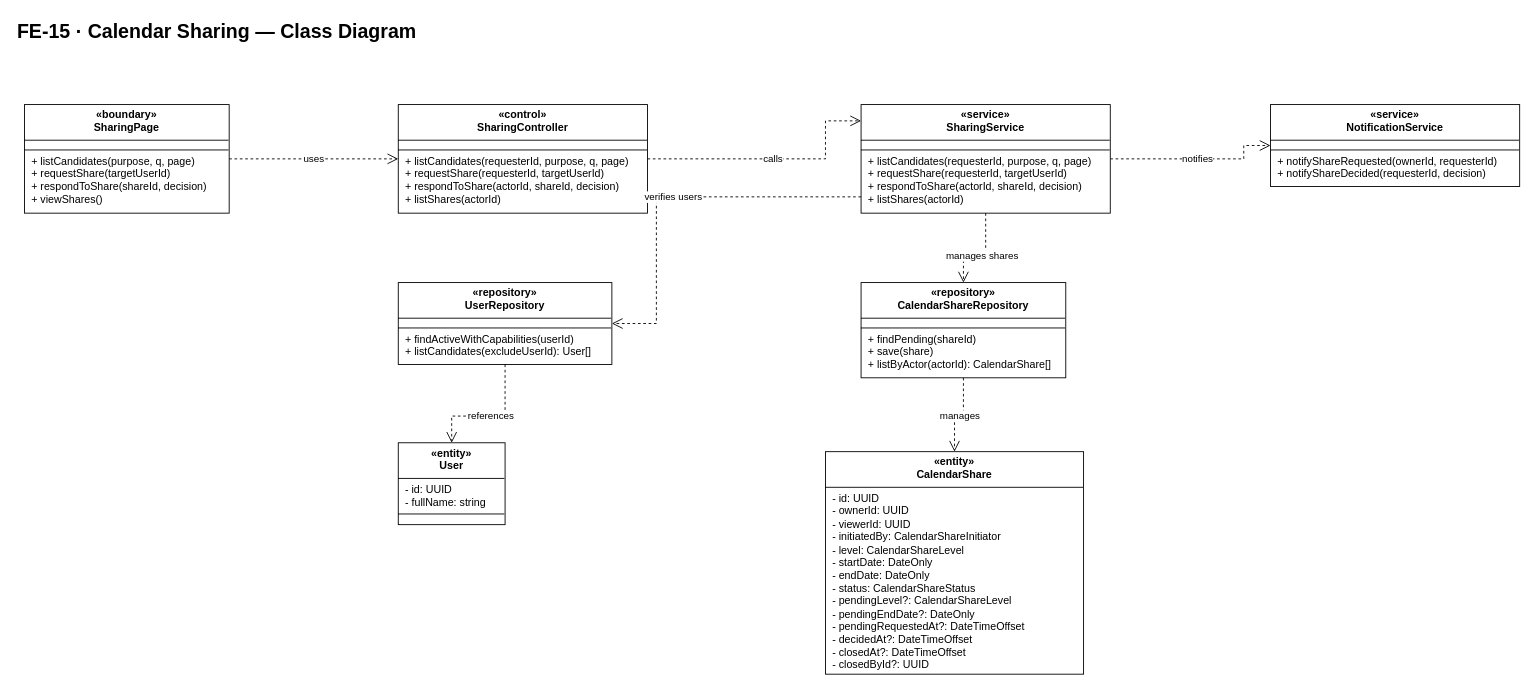
Before: docs/07-classdiagram/feature-15-calendar-sharing-class-diagram.drawio in callmehai/FU-FA26-G116, a draw.io diagram. Source tidied: cells renumbered, new cells numbered last; positions are measured from the earlier drawing's top-left corner, leaving out a move shared by most shapes. Both pictures are drawn from the tidied source at 89%, with x=0, y=0 at pixel (15, 15).
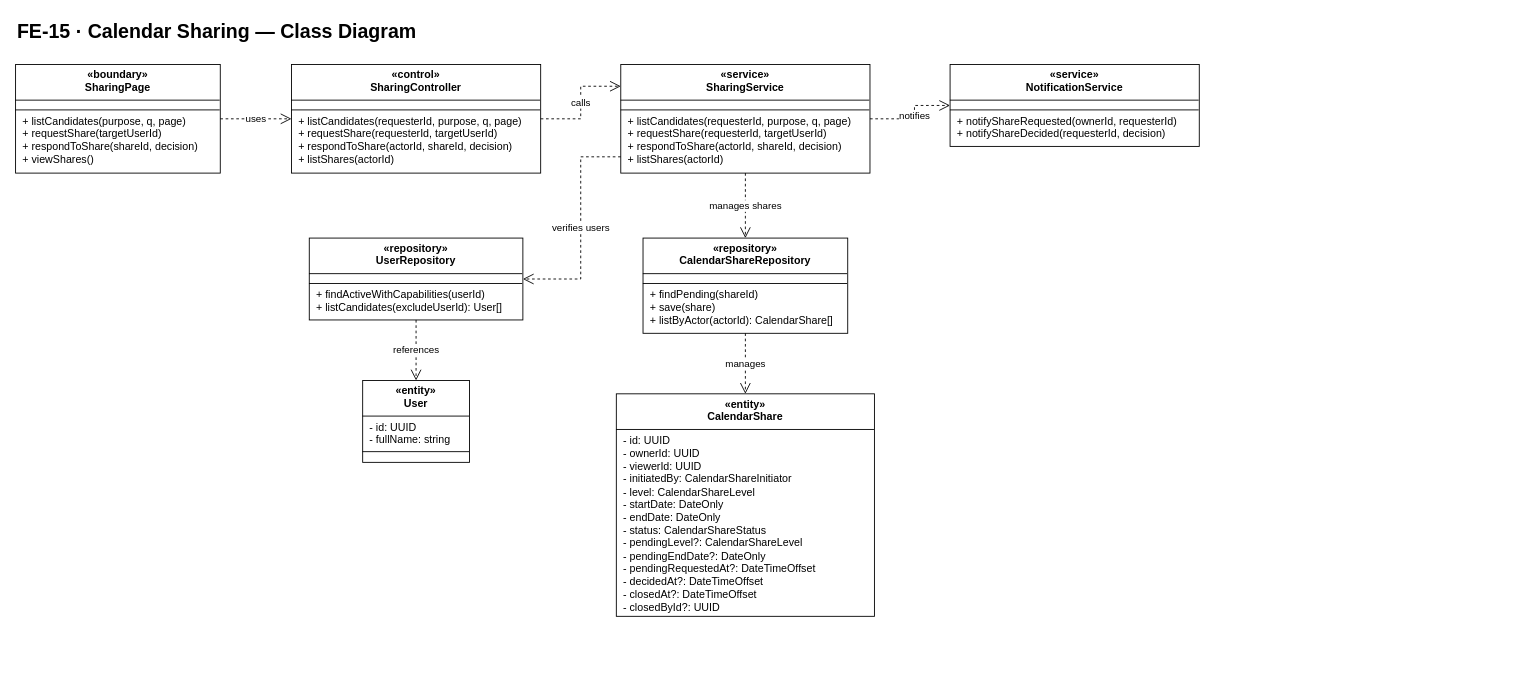
Above is the later version.

Diff of the diagram source:
```diff
@@
     <mxCell id="3" value="&lt;div style=&quot;text-align:center;font-weight:bold;padding:5px 4px 4px 4px;height:31px;&quot;&gt;«boundary»&lt;br&gt;SharingPage&lt;/div&gt;&lt;hr style=&quot;margin:0;border:none;border-top:1px solid #000000;height:0;&quot;&gt;&lt;div style=&quot;text-align:left;padding:5px 8px 5px 8px;white-space:nowrap;&quot;&gt;&lt;/div&gt;&lt;hr style=&quot;margin:0;border:none;border-top:1px solid #000000;height:0;&quot;&gt;&lt;div style=&quot;text-align:left;padding:5px 8px 5px 8px;white-space:nowrap;&quot;&gt;+ listCandidates(purpose, q, page)&lt;br&gt;+ requestShare(targetUserId)&lt;br&gt;+ respondToShare(shareId, decision)&lt;br&gt;+ viewShares()&lt;/div&gt;" style="rounded=0;whiteSpace=wrap;html=1;align=left;verticalAlign=top;spacing=0;overflow=fill;fillColor=#ffffff;strokeColor=#000000;fontSize=12;fontFamily=Helvetica;fontColor=#000000;" parent="1" vertex="1">
-      <mxGeometry x="10" y="100" width="230" height="122" as="geometry" />
+      <mxGeometry y="55" width="230" height="122" as="geometry" />
     </mxCell>
     <mxCell id="4" value="&lt;div style=&quot;text-align:center;font-weight:bold;padding:5px 4px 4px 4px;height:31px;&quot;&gt;«control»&lt;br&gt;SharingController&lt;/div&gt;&lt;hr style=&quot;margin:0;border:none;border-top:1px solid #000000;height:0;&quot;&gt;&lt;div style=&quot;text-align:left;padding:5px 8px 5px 8px;white-space:nowrap;&quot;&gt;&lt;/div&gt;&lt;hr style=&quot;margin:0;border:none;border-top:1px solid #000000;height:0;&quot;&gt;&lt;div style=&quot;text-align:left;padding:5px 8px 5px 8px;white-space:nowrap;&quot;&gt;+ listCandidates(requesterId, purpose, q, page)&lt;br&gt;+ requestShare(requesterId, targetUserId)&lt;br&gt;+ respondToShare(actorId, shareId, decision)&lt;br&gt;+ listShares(actorId)&lt;/div&gt;" style="rounded=0;whiteSpace=wrap;html=1;align=left;verticalAlign=top;spacing=0;overflow=fill;fillColor=#ffffff;strokeColor=#000000;fontSize=12;fontFamily=Helvetica;fontColor=#000000;" parent="1" vertex="1">
-      <mxGeometry x="430" y="100" width="280" height="122" as="geometry" />
+      <mxGeometry x="310" y="55" width="280" height="122" as="geometry" />
     </mxCell>
     <mxCell id="5" value="&lt;div style=&quot;text-align:center;font-weight:bold;padding:5px 4px 4px 4px;height:31px;&quot;&gt;«service»&lt;br&gt;SharingService&lt;/div&gt;&lt;hr style=&quot;margin:0;border:none;border-top:1px solid #000000;height:0;&quot;&gt;&lt;div style=&quot;text-align:left;padding:5px 8px 5px 8px;white-space:nowrap;&quot;&gt;&lt;/div&gt;&lt;hr style=&quot;margin:0;border:none;border-top:1px solid #000000;height:0;&quot;&gt;&lt;div style=&quot;text-align:left;padding:5px 8px 5px 8px;white-space:nowrap;&quot;&gt;+ listCandidates(requesterId, purpose, q, page)&lt;br&gt;+ requestShare(requesterId, targetUserId)&lt;br&gt;+ respondToShare(actorId, shareId, decision)&lt;br&gt;+ listShares(actorId)&lt;/div&gt;" style="rounded=0;whiteSpace=wrap;html=1;align=left;verticalAlign=top;spacing=0;overflow=fill;fillColor=#ffffff;strokeColor=#000000;fontSize=12;fontFamily=Helvetica;fontColor=#000000;" parent="1" vertex="1">
-      <mxGeometry x="950" y="100" width="280" height="122" as="geometry" />
+      <mxGeometry x="680" y="55" width="280" height="122" as="geometry" />
     </mxCell>
     <mxCell id="6" value="&lt;div style=&quot;text-align:center;font-weight:bold;padding:5px 4px 4px 4px;height:31px;&quot;&gt;«repository»&lt;br&gt;UserRepository&lt;/div&gt;&lt;hr style=&quot;margin:0;border:none;border-top:1px solid #000000;height:0;&quot;&gt;&lt;div style=&quot;text-align:left;padding:5px 8px 5px 8px;white-space:nowrap;&quot;&gt;&lt;/div&gt;&lt;hr style=&quot;margin:0;border:none;border-top:1px solid #000000;height:0;&quot;&gt;&lt;div style=&quot;text-align:left;padding:5px 8px 5px 8px;white-space:nowrap;&quot;&gt;+ findActiveWithCapabilities(userId)&lt;br&gt;+ listCandidates(excludeUserId): User[]&lt;/div&gt;" style="rounded=0;whiteSpace=wrap;html=1;align=left;verticalAlign=top;spacing=0;overflow=fill;fillColor=#ffffff;strokeColor=#000000;fontSize=12;fontFamily=Helvetica;fontColor=#000000;" parent="1" vertex="1">
-      <mxGeometry x="430" y="300" width="240" height="92" as="geometry" />
+      <mxGeometry x="330" y="250" width="240" height="92" as="geometry" />
     </mxCell>
     <mxCell id="7" value="&lt;div style=&quot;text-align:center;font-weight:bold;padding:5px 4px 4px 4px;height:31px;&quot;&gt;«repository»&lt;br&gt;CalendarShareRepository&lt;/div&gt;&lt;hr style=&quot;margin:0;border:none;border-top:1px solid #000000;height:0;&quot;&gt;&lt;div style=&quot;text-align:left;padding:5px 8px 5px 8px;white-space:nowrap;&quot;&gt;&lt;/div&gt;&lt;hr style=&quot;margin:0;border:none;border-top:1px solid #000000;height:0;&quot;&gt;&lt;div style=&quot;text-align:left;padding:5px 8px 5px 8px;white-space:nowrap;&quot;&gt;+ findPending(shareId)&lt;br&gt;+ save(share)&lt;br&gt;+ listByActor(actorId): CalendarShare[]&lt;/div&gt;" style="rounded=0;whiteSpace=wrap;html=1;align=left;verticalAlign=top;spacing=0;overflow=fill;fillColor=#ffffff;strokeColor=#000000;fontSize=12;fontFamily=Helvetica;fontColor=#000000;" parent="1" vertex="1">
-      <mxGeometry x="950" y="300" width="230" height="107" as="geometry" />
+      <mxGeometry x="705" y="250" width="230" height="107" as="geometry" />
     </mxCell>
     <mxCell id="8" value="&lt;div style=&quot;text-align:center;font-weight:bold;padding:5px 4px 4px 4px;height:31px;&quot;&gt;«service»&lt;br&gt;NotificationService&lt;/div&gt;&lt;hr style=&quot;margin:0;border:none;border-top:1px solid #000000;height:0;&quot;&gt;&lt;div style=&quot;text-align:left;padding:5px 8px 5px 8px;white-space:nowrap;&quot;&gt;&lt;/div&gt;&lt;hr style=&quot;margin:0;border:none;border-top:1px solid #000000;height:0;&quot;&gt;&lt;div style=&quot;text-align:left;padding:5px 8px 5px 8px;white-space:nowrap;&quot;&gt;+ notifyShareRequested(ownerId, requesterId)&lt;br&gt;+ notifyShareDecided(requesterId, decision)&lt;/div&gt;" style="rounded=0;whiteSpace=wrap;html=1;align=left;verticalAlign=top;spacing=0;overflow=fill;fillColor=#ffffff;strokeColor=#000000;fontSize=12;fontFamily=Helvetica;fontColor=#000000;" parent="1" vertex="1">
-      <mxGeometry x="1410" y="100" width="280" height="92" as="geometry" />
+      <mxGeometry x="1050" y="55" width="280" height="92" as="geometry" />
     </mxCell>
     <mxCell id="9" value="&lt;div style=&quot;text-align:center;font-weight:bold;padding:5px 4px 4px 4px;height:31px;&quot;&gt;«entity»&lt;br&gt;CalendarShare&lt;/div&gt;&lt;hr style=&quot;margin:0;border:none;border-top:1px solid #000000;height:0;&quot;&gt;&lt;div style=&quot;text-align:left;padding:5px 8px 5px 8px;white-space:nowrap;&quot;&gt;- id: UUID&lt;br&gt;- ownerId: UUID&lt;br&gt;- viewerId: UUID&lt;br&gt;- initiatedBy: CalendarShareInitiator&lt;br&gt;- level: CalendarShareLevel&lt;br&gt;- startDate: DateOnly&lt;br&gt;- endDate: DateOnly&lt;br&gt;- status: CalendarShareStatus&lt;br&gt;- pendingLevel?: CalendarShareLevel&lt;br&gt;- pendingEndDate?: DateOnly&lt;br&gt;- pendingRequestedAt?: DateTimeOffset&lt;br&gt;- decidedAt?: DateTimeOffset&lt;br&gt;- closedAt?: DateTimeOffset&lt;br&gt;- closedById?: UUID&lt;/div&gt;&lt;hr style=&quot;margin:0;border:none;border-top:1px solid #000000;height:0;&quot;&gt;&lt;div style=&quot;text-align:left;padding:5px 8px 5px 8px;white-space:nowrap;&quot;&gt;&lt;/div&gt;" style="rounded=0;whiteSpace=wrap;html=1;align=left;verticalAlign=top;spacing=0;overflow=fill;fillColor=#ffffff;strokeColor=#000000;fontSize=12;fontFamily=Helvetica;fontColor=#000000;" parent="1" vertex="1">
-      <mxGeometry x="910" y="490" width="290" height="250" as="geometry" />
+      <mxGeometry x="675" y="425" width="290" height="250" as="geometry" />
     </mxCell>
     <mxCell id="10" value="&lt;div style=&quot;text-align:center;font-weight:bold;padding:5px 4px 4px 4px;height:31px;&quot;&gt;«entity»&lt;br&gt;User&lt;/div&gt;&lt;hr style=&quot;margin:0;border:none;border-top:1px solid #000000;height:0;&quot;&gt;&lt;div style=&quot;text-align:left;padding:5px 8px 5px 8px;white-space:nowrap;&quot;&gt;- id: UUID&lt;br&gt;- fullName: string&lt;/div&gt;&lt;hr style=&quot;margin:0;border:none;border-top:1px solid #000000;height:0;&quot;&gt;&lt;div style=&quot;text-align:left;padding:5px 8px 5px 8px;white-space:nowrap;&quot;&gt;&lt;/div&gt;" style="rounded=0;whiteSpace=wrap;html=1;align=left;verticalAlign=top;spacing=0;overflow=fill;fillColor=#ffffff;strokeColor=#000000;fontSize=12;fontFamily=Helvetica;fontColor=#000000;" parent="1" vertex="1">
-      <mxGeometry x="430" y="480" width="120" height="92" as="geometry" />
+      <mxGeometry x="390" y="410" width="120" height="92" as="geometry" />
     </mxCell>
-    <mxCell id="11" value="uses" style="edgeStyle=orthogonalEdgeStyle;jettySize=auto;html=1;dashed=1;endArrow=open;labelBackgroundColor=#ffffff;rounded=0;endSize=10;fontSize=11;fontFamily=Helvetica;exitX=1;exitY=0.5;exitDx=0;exitDy=0;entryX=0;entryY=0.5;entryDx=0;entryDy=0;" parent="1" edge="1" source="3" target="4">
+    <mxCell id="11" value="uses" style="edgeStyle=orthogonalEdgeStyle;jettySize=auto;html=1;dashed=1;endArrow=open;labelBackgroundColor=#ffffff;rounded=0;endSize=10;fontSize=11;fontFamily=Helvetica;exitDx=0;exitDy=0;entryDx=0;entryDy=0;exitX=1;exitY=0.5;entryX=0;entryY=0.5;" parent="1" edge="1" source="3" target="4">
       <mxGeometry relative="1" as="geometry" />
     </mxCell>
-    <mxCell id="12" value="calls" style="edgeStyle=orthogonalEdgeStyle;jettySize=auto;html=1;dashed=1;endArrow=open;labelBackgroundColor=#ffffff;rounded=0;endSize=10;fontSize=11;fontFamily=Helvetica;exitX=1;exitY=0.5;exitDx=0;exitDy=0;entryX=0;entryY=0.15;entryDx=0;entryDy=0;" parent="1" edge="1" source="4" target="5">
+    <mxCell id="12" value="calls" style="edgeStyle=orthogonalEdgeStyle;jettySize=auto;html=1;dashed=1;endArrow=open;labelBackgroundColor=#ffffff;rounded=0;endSize=10;fontSize=11;fontFamily=Helvetica;exitDx=0;exitDy=0;entryDx=0;entryDy=0;exitX=1;exitY=0.5;entryX=0;entryY=0.2;" parent="1" edge="1" source="4" target="5">
       <mxGeometry relative="1" as="geometry">
         <Array as="points">
-          <mxPoint x="910" y="161" />
-          <mxPoint x="910" y="118.3" />
+          <mxPoint x="635" y="116" />
+          <mxPoint x="635" y="79.4" />
         </Array>
       </mxGeometry>
     </mxCell>
-    <mxCell id="13" value="verifies users" style="edgeStyle=orthogonalEdgeStyle;jettySize=auto;html=1;dashed=1;endArrow=open;labelBackgroundColor=#ffffff;rounded=0;endSize=10;fontSize=11;fontFamily=Helvetica;exitX=0;exitY=0.85;exitDx=0;exitDy=0;entryX=1;entryY=0.5;entryDx=0;entryDy=0;" parent="1" edge="1" source="5" target="6">
+    <mxCell id="13" value="verifies users" style="edgeStyle=orthogonalEdgeStyle;jettySize=auto;html=1;dashed=1;endArrow=open;labelBackgroundColor=#ffffff;rounded=0;endSize=10;fontSize=11;fontFamily=Helvetica;exitDx=0;exitDy=0;entryDx=0;entryDy=0;exitX=0;exitY=0.85;entryX=1;entryY=0.5;" parent="1" edge="1" source="5" target="6">
       <mxGeometry relative="1" as="geometry">
         <Array as="points">
-          <mxPoint x="720" y="203.7" />
-          <mxPoint x="720" y="346" />
+          <mxPoint x="635" y="158.7" />
+          <mxPoint x="635" y="296" />
         </Array>
       </mxGeometry>
     </mxCell>
-    <mxCell id="14" value="manages shares" style="edgeStyle=orthogonalEdgeStyle;jettySize=auto;html=1;dashed=1;endArrow=open;labelBackgroundColor=#ffffff;rounded=0;endSize=10;fontSize=11;fontFamily=Helvetica;exitX=0.5;exitY=1;exitDx=0;exitDy=0;entryX=0.5;entryY=0;entryDx=0;entryDy=0;" parent="1" edge="1" source="5" target="7">
-      <mxGeometry relative="1" as="geometry">
-        <Array as="points">
-          <mxPoint x="1090" y="270" />
-          <mxPoint x="1065" y="270" />
-        </Array>
-      </mxGeometry>
+    <mxCell id="14" value="manages shares" style="edgeStyle=orthogonalEdgeStyle;jettySize=auto;html=1;dashed=1;endArrow=open;labelBackgroundColor=#ffffff;rounded=0;endSize=10;fontSize=11;fontFamily=Helvetica;exitDx=0;exitDy=0;entryDx=0;entryDy=0;exitX=0.5;exitY=1;entryX=0.5;entryY=0;" parent="1" edge="1" source="5" target="7">
+      <mxGeometry relative="1" as="geometry" />
     </mxCell>
-    <mxCell id="15" value="notifies" style="edgeStyle=orthogonalEdgeStyle;jettySize=auto;html=1;dashed=1;endArrow=open;labelBackgroundColor=#ffffff;rounded=0;endSize=10;fontSize=11;fontFamily=Helvetica;exitX=1;exitY=0.5;exitDx=0;exitDy=0;entryX=0;entryY=0.5;entryDx=0;entryDy=0;" parent="1" edge="1" source="5" target="8">
+    <mxCell id="15" value="notifies" style="edgeStyle=orthogonalEdgeStyle;jettySize=auto;html=1;dashed=1;endArrow=open;labelBackgroundColor=#ffffff;rounded=0;endSize=10;fontSize=11;fontFamily=Helvetica;exitDx=0;exitDy=0;entryDx=0;entryDy=0;exitX=1;exitY=0.5;entryX=0;entryY=0.5;" parent="1" edge="1" source="5" target="8">
       <mxGeometry relative="1" as="geometry">
         <Array as="points">
-          <mxPoint x="1380" y="161" />
-          <mxPoint x="1380" y="146" />
+          <mxPoint x="1010" y="116" />
+          <mxPoint x="1010" y="101" />
         </Array>
       </mxGeometry>
     </mxCell>
-    <mxCell id="16" value="manages" style="edgeStyle=orthogonalEdgeStyle;jettySize=auto;html=1;dashed=1;endArrow=open;labelBackgroundColor=#ffffff;rounded=0;endSize=10;fontSize=11;fontFamily=Helvetica;exitX=0.5;exitY=1;exitDx=0;exitDy=0;entryX=0.5;entryY=0;entryDx=0;entryDy=0;" parent="1" edge="1" source="7" target="9">
-      <mxGeometry x="0.01" relative="1" as="geometry">
-        <Array as="points">
-          <mxPoint x="1065" y="450" />
-          <mxPoint x="1055" y="450" />
-        </Array>
-      </mxGeometry>
+    <mxCell id="16" value="manages" style="edgeStyle=orthogonalEdgeStyle;jettySize=auto;html=1;dashed=1;endArrow=open;labelBackgroundColor=#ffffff;rounded=0;endSize=10;fontSize=11;fontFamily=Helvetica;exitDx=0;exitDy=0;entryDx=0;entryDy=0;exitX=0.5;exitY=1;entryX=0.5;entryY=0;" parent="1" edge="1" source="7" target="9">
+      <mxGeometry x="0.01" relative="1" as="geometry" />
     </mxCell>
-    <mxCell id="17" value="references" style="edgeStyle=orthogonalEdgeStyle;jettySize=auto;html=1;dashed=1;endArrow=open;labelBackgroundColor=#ffffff;rounded=0;endSize=10;fontSize=11;fontFamily=Helvetica;exitX=0.5;exitY=1;exitDx=0;exitDy=0;entryX=0.5;entryY=0;entryDx=0;entryDy=0;" parent="1" edge="1" source="6" target="10">
-      <mxGeometry relative="1" as="geometry">
-        <Array as="points">
-          <mxPoint x="550" y="450" />
-          <mxPoint x="490" y="450" />
-        </Array>
-      </mxGeometry>
+    <mxCell id="17" value="references" style="edgeStyle=orthogonalEdgeStyle;jettySize=auto;html=1;dashed=1;endArrow=open;labelBackgroundColor=#ffffff;rounded=0;endSize=10;fontSize=11;fontFamily=Helvetica;exitDx=0;exitDy=0;entryDx=0;entryDy=0;exitX=0.5;exitY=1;entryX=0.5;entryY=0;" parent="1" edge="1" source="6" target="10">
+      <mxGeometry relative="1" as="geometry" />
     </mxCell>
```
